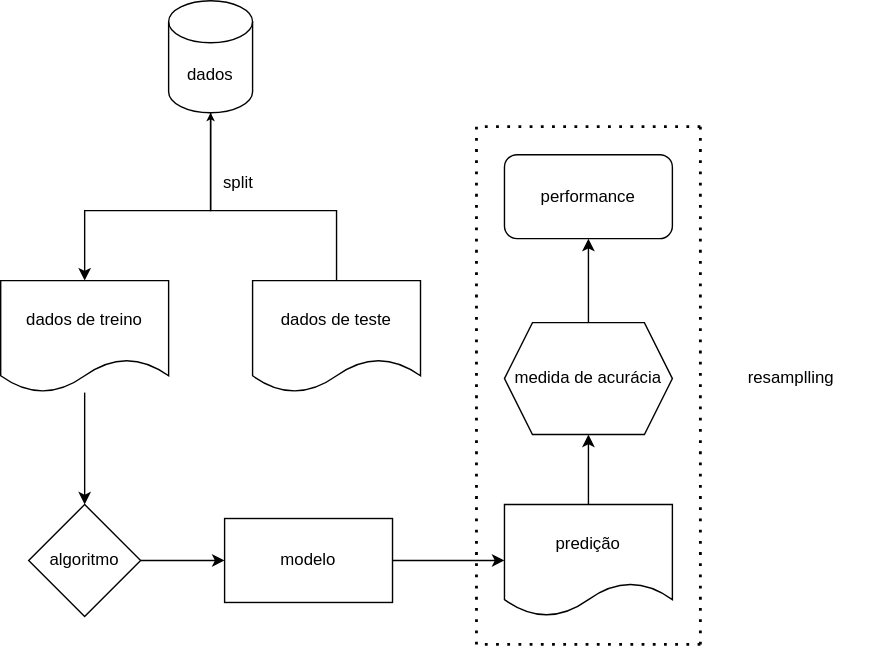
This is content/post/2020-11-29-introducao-ao-mlr3-framework/img/basics.svg from albersonmiranda/blog, a draw.io export, as it was before one commit. Source tidied: cells renumbered, new cells last; positions are measured from the earlier drawing's top-left corner, leaving out a move shared by most shapes.
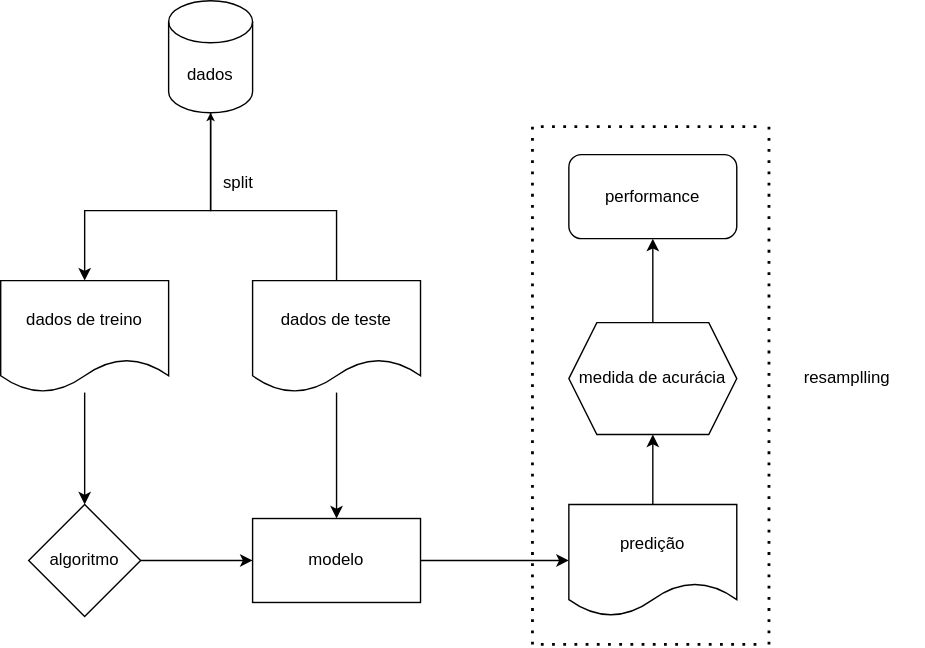
After the commit.

Diff of the diagram source:
```diff
@@ -27,6 +27,9 @@
         </Array>
       </mxGeometry>
     </mxCell>
+    <mxCell id="23" style="edgeStyle=orthogonalEdgeStyle;rounded=0;jettySize=auto;html=1;" parent="1" edge="1" source="7" target="12">
+      <mxGeometry relative="1" as="geometry" />
+    </mxCell>
     <mxCell id="7" value="dados de teste" style="shape=document;whiteSpace=wrap;html=1;boundedLbl=1;" parent="1" vertex="1">
       <mxGeometry x="180" y="200" width="120" height="80" as="geometry" />
     </mxCell>
@@ -43,49 +46,49 @@
       <mxGeometry relative="1" as="geometry" />
     </mxCell>
     <mxCell id="12" value="modelo" style="whiteSpace=wrap;html=1;" parent="1" vertex="1">
-      <mxGeometry x="160" y="370" width="120" height="60" as="geometry" />
+      <mxGeometry x="180" y="370" width="120" height="60" as="geometry" />
     </mxCell>
     <mxCell id="13" style="edgeStyle=orthogonalEdgeStyle;rounded=0;jettySize=auto;html=1;exitX=0.5;exitY=0;exitDx=0;exitDy=0;entryX=0.5;entryY=1;entryDx=0;entryDy=0;" parent="1" edge="1" source="14" target="16">
       <mxGeometry relative="1" as="geometry" />
     </mxCell>
     <mxCell id="14" value="predição" style="shape=document;whiteSpace=wrap;html=1;boundedLbl=1;" parent="1" vertex="1">
-      <mxGeometry x="360" y="360" width="120" height="80" as="geometry" />
+      <mxGeometry x="406" y="360" width="120" height="80" as="geometry" />
     </mxCell>
     <mxCell id="15" style="edgeStyle=orthogonalEdgeStyle;rounded=0;jettySize=auto;html=1;exitX=0.5;exitY=0;exitDx=0;exitDy=0;entryX=0.5;entryY=1;entryDx=0;entryDy=0;" parent="1" edge="1" source="16" target="17">
       <mxGeometry relative="1" as="geometry" />
     </mxCell>
     <mxCell id="16" value="medida de acurácia" style="shape=hexagon;perimeter=hexagonPerimeter2;whiteSpace=wrap;html=1;fixedSize=1;" parent="1" vertex="1">
-      <mxGeometry x="360" y="230" width="120" height="80" as="geometry" />
+      <mxGeometry x="406" y="230" width="120" height="80" as="geometry" />
     </mxCell>
     <mxCell id="17" value="performance" style="rounded=1;whiteSpace=wrap;html=1;" parent="1" vertex="1">
-      <mxGeometry x="360" y="110" width="120" height="60" as="geometry" />
+      <mxGeometry x="406" y="110" width="120" height="60" as="geometry" />
     </mxCell>
     <mxCell id="18" style="endArrow=none;dashed=1;html=1;dashPattern=1 3;strokeWidth=2;" parent="1" edge="1">
       <mxGeometry relative="1" as="geometry">
-        <mxPoint x="340" y="460" as="sourcePoint" />
-        <mxPoint x="340" y="90" as="targetPoint" />
+        <mxPoint x="380" y="460" as="sourcePoint" />
+        <mxPoint x="380" y="90" as="targetPoint" />
       </mxGeometry>
     </mxCell>
     <mxCell id="19" style="endArrow=none;dashed=1;html=1;dashPattern=1 3;strokeWidth=2;" parent="1" edge="1">
       <mxGeometry relative="1" as="geometry">
-        <mxPoint x="500" y="460" as="sourcePoint" />
-        <mxPoint x="500" y="90" as="targetPoint" />
+        <mxPoint x="549" y="460" as="sourcePoint" />
+        <mxPoint x="549" y="90" as="targetPoint" />
       </mxGeometry>
     </mxCell>
     <mxCell id="20" style="endArrow=none;dashed=1;html=1;dashPattern=1 3;strokeWidth=2;" parent="1" edge="1">
       <mxGeometry relative="1" as="geometry">
-        <mxPoint x="500" y="460" as="sourcePoint" />
-        <mxPoint x="340" y="460" as="targetPoint" />
+        <mxPoint x="540" y="460" as="sourcePoint" />
+        <mxPoint x="380" y="460" as="targetPoint" />
       </mxGeometry>
     </mxCell>
     <mxCell id="21" style="endArrow=none;dashed=1;html=1;dashPattern=1 3;strokeWidth=2;" parent="1" edge="1">
       <mxGeometry relative="1" as="geometry">
-        <mxPoint x="500" y="90" as="sourcePoint" />
-        <mxPoint x="340" y="90" as="targetPoint" />
+        <mxPoint x="540" y="90" as="sourcePoint" />
+        <mxPoint x="380" y="90" as="targetPoint" />
       </mxGeometry>
     </mxCell>
     <mxCell id="22" value="resamplling" style="text;html=1;strokeColor=none;fillColor=none;align=center;verticalAlign=middle;whiteSpace=wrap;rounded=0;" parent="1" vertex="1">
-      <mxGeometry x="510" y="250" width="110" height="40" as="geometry" />
+      <mxGeometry x="550" y="250" width="110" height="40" as="geometry" />
     </mxCell>
   </root>
 </mxGraphModel>
```
